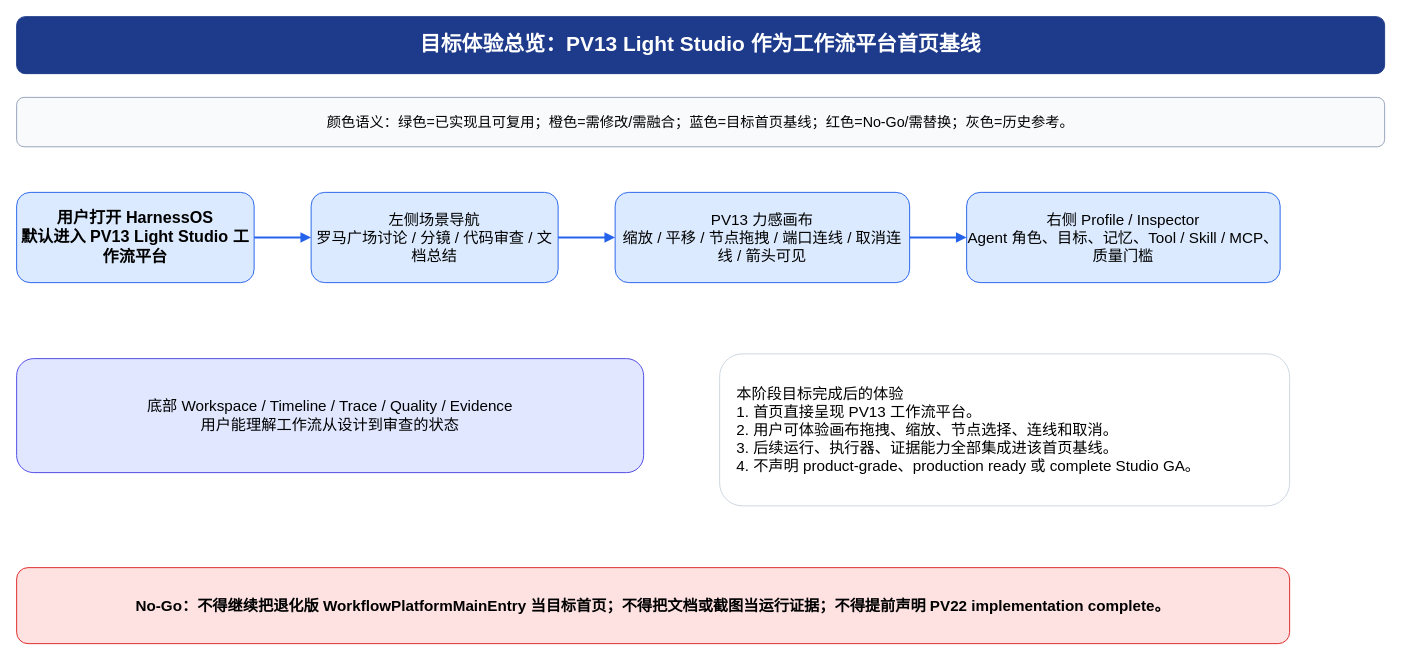
Above: page "目标体验总览" (1 of 7) of docs/design/V12-V15.x/workflow_platform_main_entry_gap_analysis.drawio in ljx418/harnessOS (draw.io), before the change. Source tidied: cells renumbered, new cells numbered last; positions are measured from the earlier drawing's top-left corner, leaving out a move shared by most shapes. Both pictures are drawn from the tidied source at 95%, with x=0, y=0 at pixel (16, 16).
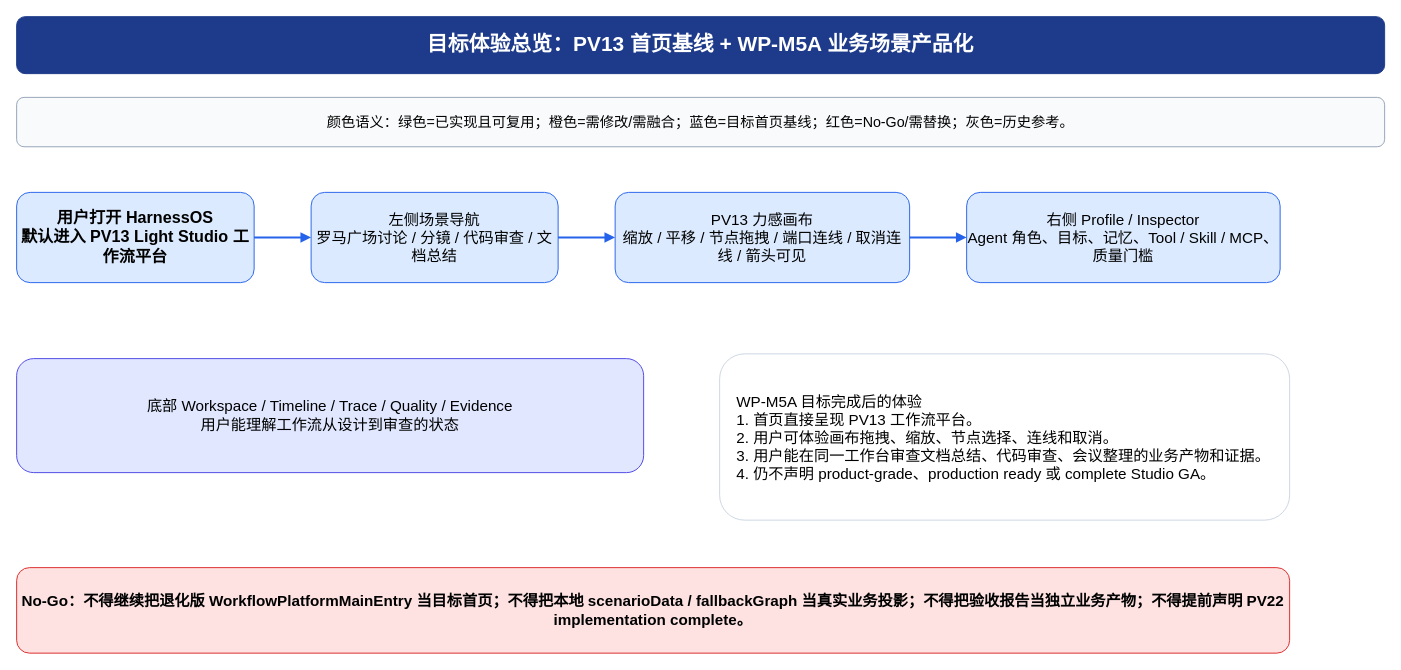
After the change.

The edit, as a diff of the source:
```diff
@@
 <mxGraphModel>
   <root>
     <mxCell id="0" />
     <mxCell id="1" parent="0" />
-    <mxCell id="2" value="目标体验总览：PV13 Light Studio 作为工作流平台首页基线" style="rounded=1;whiteSpace=wrap;html=1;fillColor=#1E3A8A;fontColor=#FFFFFF;strokeColor=#1E3A8A;fontSize=22;fontStyle=1;" parent="1" vertex="1">
+    <mxCell id="2" value="目标体验总览：PV13 首页基线 + WP-M5A 业务场景产品化" style="rounded=1;whiteSpace=wrap;html=1;fillColor=#1E3A8A;fontColor=#FFFFFF;strokeColor=#1E3A8A;fontSize=22;fontStyle=1;" parent="1" vertex="1">
       <mxGeometry width="1440" height="60" as="geometry" />
     </mxCell>
     <mxCell id="3" value="颜色语义：绿色=已实现且可复用；橙色=需修改/需融合；蓝色=目标首页基线；红色=No-Go/需替换；灰色=历史参考。" style="rounded=1;whiteSpace=wrap;html=1;fillColor=#F8FAFC;strokeColor=#94A3B8;fontSize=15;" parent="1" vertex="1">
       <mxGeometry y="85" width="1440" height="52" as="geometry" />
     </mxCell>
     <mxCell id="4" value="用户打开 HarnessOS&lt;br&gt;默认进入 PV13 Light Studio 工作流平台" style="rounded=1;whiteSpace=wrap;html=1;fillColor=#DBEAFE;strokeColor=#2563EB;fontSize=17;fontStyle=1;" parent="1" vertex="1">
       <mxGeometry y="185" width="250" height="95" as="geometry" />
     </mxCell>
     <mxCell id="5" value="左侧场景导航&lt;br&gt;罗马广场讨论 / 分镜 / 代码审查 / 文档总结" style="rounded=1;whiteSpace=wrap;html=1;fillColor=#DBEAFE;strokeColor=#2563EB;fontSize=16;" parent="1" vertex="1">
       <mxGeometry x="310" y="185" width="260" height="95" as="geometry" />
     </mxCell>
     <mxCell id="6" value="PV13 力感画布&lt;br&gt;缩放 / 平移 / 节点拖拽 / 端口连线 / 取消连线 / 箭头可见" style="rounded=1;whiteSpace=wrap;html=1;fillColor=#DBEAFE;strokeColor=#2563EB;fontSize=16;" parent="1" vertex="1">
       <mxGeometry x="630" y="185" width="310" height="95" as="geometry" />
     </mxCell>
     <mxCell id="7" value="右侧 Profile / Inspector&lt;br&gt;Agent 角色、目标、记忆、Tool / Skill / MCP、质量门槛" style="rounded=1;whiteSpace=wrap;html=1;fillColor=#DBEAFE;strokeColor=#2563EB;fontSize=16;" parent="1" vertex="1">
       <mxGeometry x="1000" y="185" width="330" height="95" as="geometry" />
     </mxCell>
     <mxCell id="8" style="endArrow=block;html=1;strokeColor=#2563EB;strokeWidth=2;" parent="1" edge="1" source="4" target="5">
       <mxGeometry relative="1" as="geometry" />
     </mxCell>
     <mxCell id="9" style="endArrow=block;html=1;strokeColor=#2563EB;strokeWidth=2;" parent="1" edge="1" source="5" target="6">
       <mxGeometry relative="1" as="geometry" />
     </mxCell>
     <mxCell id="10" style="endArrow=block;html=1;strokeColor=#2563EB;strokeWidth=2;" parent="1" edge="1" source="6" target="7">
       <mxGeometry relative="1" as="geometry" />
     </mxCell>
     <mxCell id="11" value="底部 Workspace / Timeline / Trace / Quality / Evidence&lt;br&gt;用户能理解工作流从设计到审查的状态" style="rounded=1;whiteSpace=wrap;html=1;fillColor=#E0E7FF;strokeColor=#4F46E5;fontSize=16;" parent="1" vertex="1">
       <mxGeometry y="360" width="660" height="120" as="geometry" />
     </mxCell>
-    <mxCell id="12" value="本阶段目标完成后的体验&lt;br&gt;1. 首页直接呈现 PV13 工作流平台。&lt;br&gt;2. 用户可体验画布拖拽、缩放、节点选择、连线和取消。&lt;br&gt;3. 后续运行、执行器、证据能力全部集成进该首页基线。&lt;br&gt;4. 不声明 product-grade、production ready 或 complete Studio GA。" style="rounded=1;whiteSpace=wrap;html=1;fillColor=#FFFFFF;strokeColor=#CBD5E1;fontSize=16;align=left;spacingLeft=16;" parent="1" vertex="1">
-      <mxGeometry x="740" y="355" width="600" height="160" as="geometry" />
+    <mxCell id="12" value="WP-M5A 目标完成后的体验&lt;br&gt;1. 首页直接呈现 PV13 工作流平台。&lt;br&gt;2. 用户可体验画布拖拽、缩放、节点选择、连线和取消。&lt;br&gt;3. 用户能在同一工作台审查文档总结、代码审查、会议整理的业务产物和证据。&lt;br&gt;4. 仍不声明 product-grade、production ready 或 complete Studio GA。" style="rounded=1;whiteSpace=wrap;html=1;fillColor=#FFFFFF;strokeColor=#CBD5E1;fontSize=16;align=left;spacingLeft=16;" parent="1" vertex="1">
+      <mxGeometry x="740" y="355" width="600" height="175" as="geometry" />
     </mxCell>
-    <mxCell id="13" value="No-Go：不得继续把退化版 WorkflowPlatformMainEntry 当目标首页；不得把文档或截图当运行证据；不得提前声明 PV22 implementation complete。" style="rounded=1;whiteSpace=wrap;html=1;fillColor=#FEE2E2;strokeColor=#DC2626;fontSize=16;fontStyle=1;" parent="1" vertex="1">
-      <mxGeometry y="580" width="1340" height="80" as="geometry" />
+    <mxCell id="13" value="No-Go：不得继续把退化版 WorkflowPlatformMainEntry 当目标首页；不得把本地 scenarioData / fallbackGraph 当真实业务投影；不得把验收报告当独立业务产物；不得提前声明 PV22 implementation complete。" style="rounded=1;whiteSpace=wrap;html=1;fillColor=#FEE2E2;strokeColor=#DC2626;fontSize=16;fontStyle=1;" parent="1" vertex="1">
+      <mxGeometry y="580" width="1340" height="90" as="geometry" />
     </mxCell>
   </root>
 </mxGraphModel>
```
